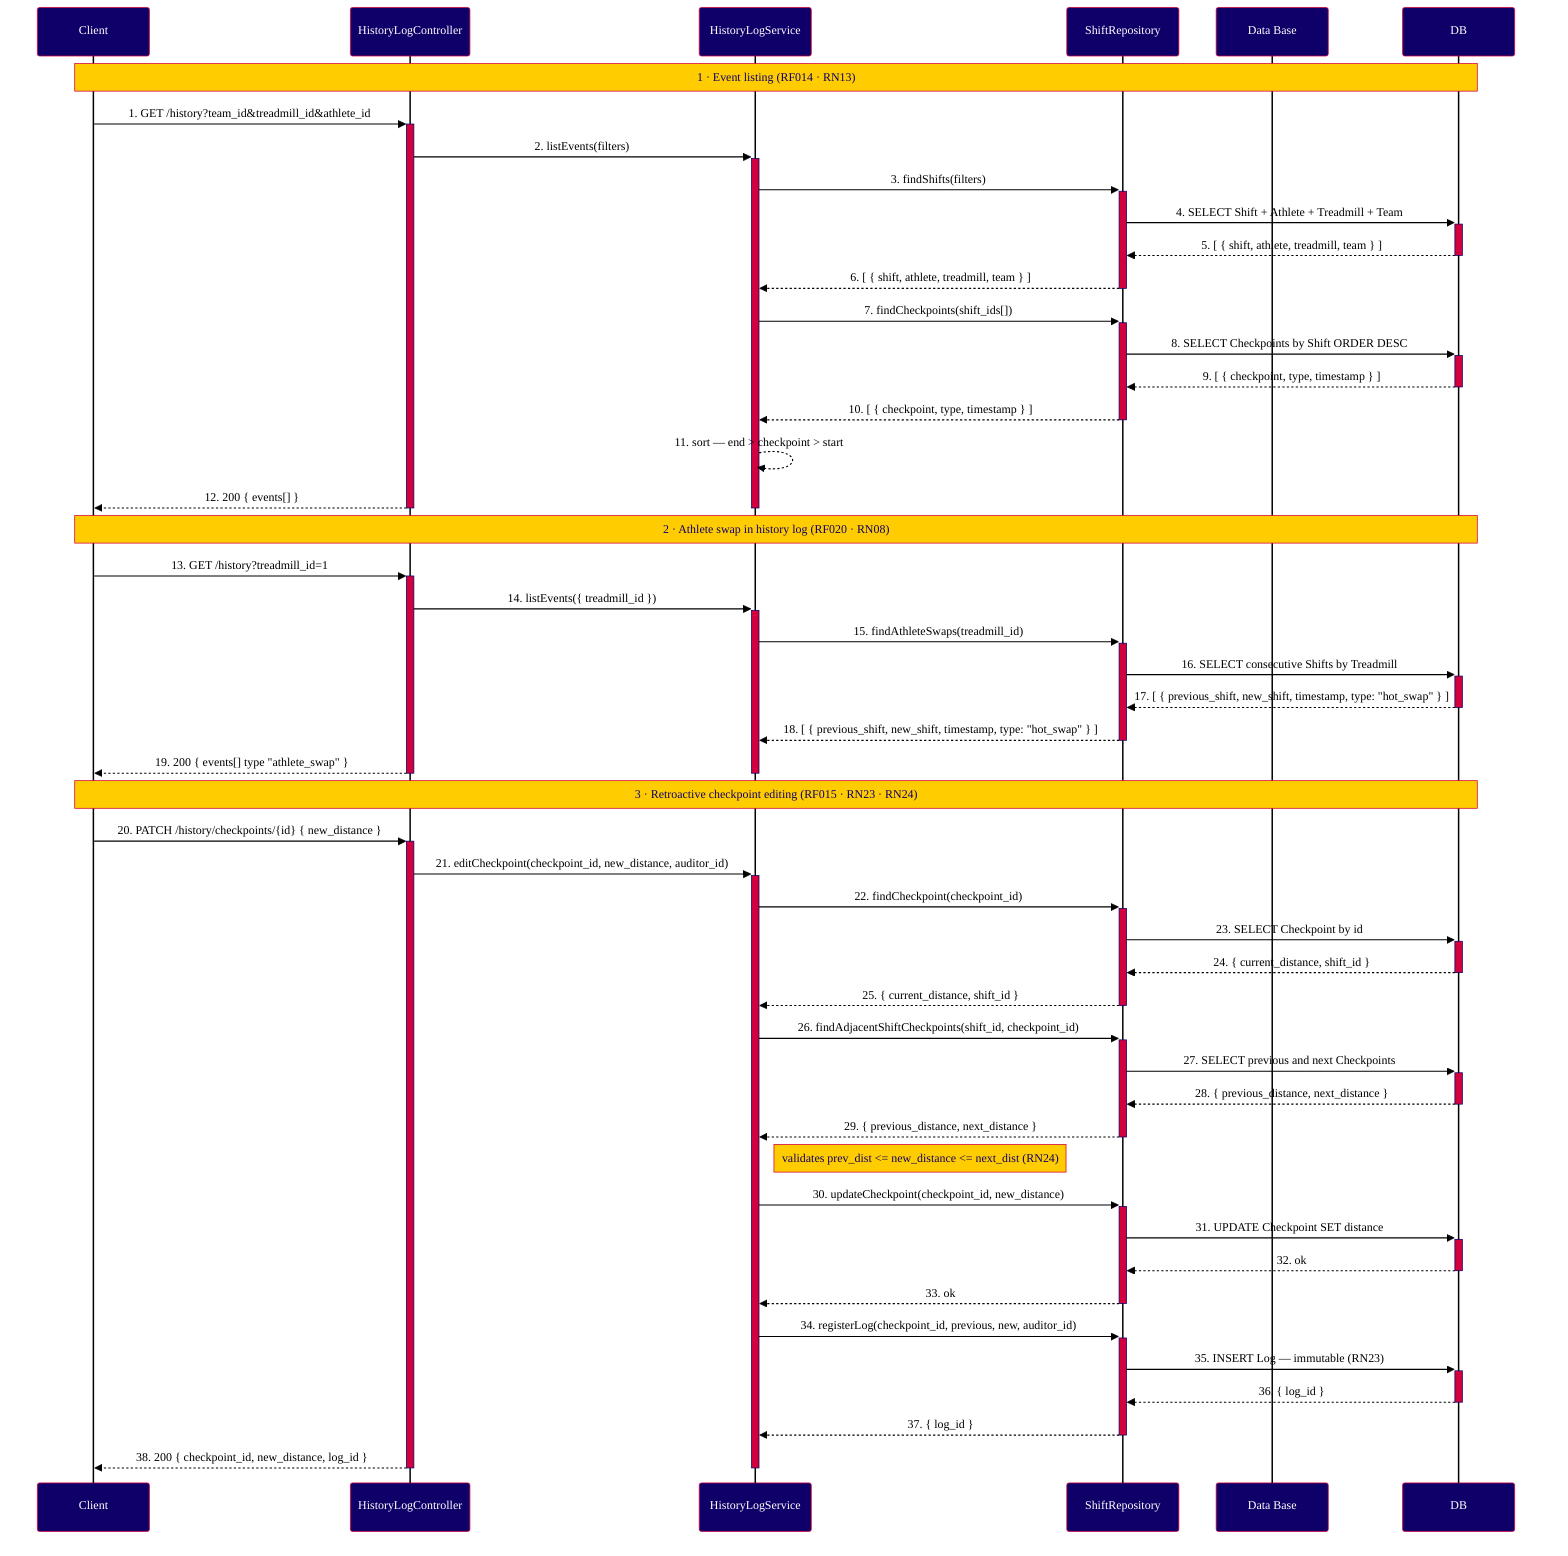
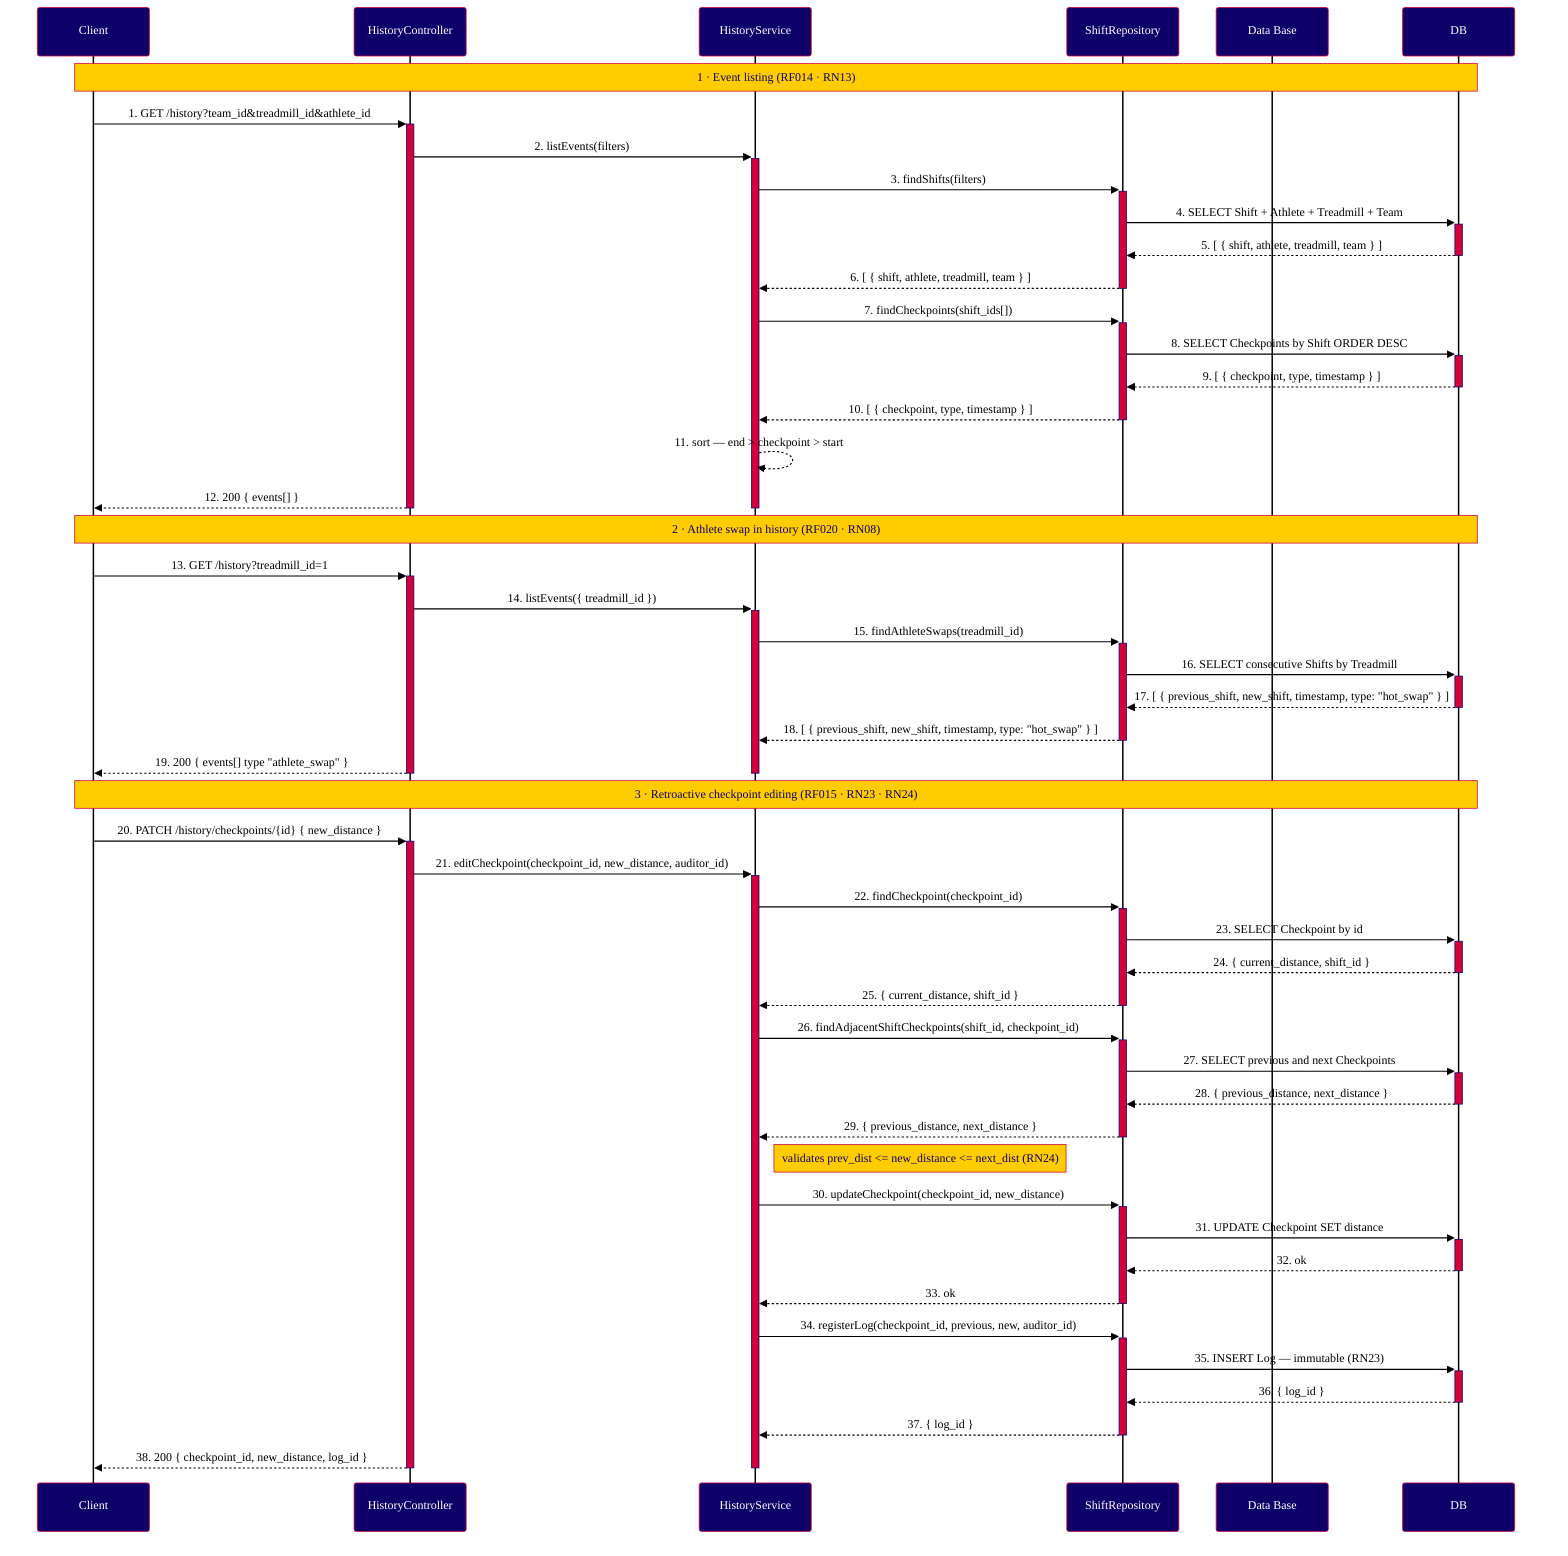

%%{init: {
  "theme": "base",
  "themeVariables": {
    "primaryColor": "#0F0069",
    "primaryTextColor": "#FFFFFF",
    "primaryBorderColor": "#D2003C",
    "secondaryColor": "#D2003C",
    "secondaryTextColor": "#FFFFFF",
    "secondaryBorderColor": "#D2003C",
    "tertiaryColor": "#E8E8F5",
    "tertiaryTextColor": "#0F0069",
    "tertiaryBorderColor": "#0F0069",
    "noteBkgColor": "#FFCC00",
    "noteTextColor": "#0F0069",
    "noteBorderColor": "#D2003C",
    "activationBkgColor": "#D2003C",
    "activationBorderColor": "#0F0069",
    "actorBkg": "#0F0069",
    "actorTextColor": "#FFFFFF",
    "actorBorderColor": "#D2003C",
    "actorLineColor": "#000000",
    "signalColor": "#000000",
    "signalTextColor": "#000000",
    "labelBoxBkgColor": "#E8E8F5",
    "labelBoxBorderColor": "#0F0069",
    "labelTextColor": "#0F0069",
    "loopTextColor": "#0F0069",
    "fontFamily": "Arial, sans-serif",
    "fontSize": "14px",
    "background": "#FFFFFF"
  }
}}%%
sequenceDiagram
    participant C as Client
-     participant HC as HistoryLogController
-     participant HS as HistoryLogService
+     participant HC as HistoryController
+     participant HS as HistoryService
    participant TR as ShiftRepository
    participant BD as Data Base

    Note over C,DB: 1 · Event listing (RF014 · RN13)

    C->>+HC: 1. GET /history?team_id&treadmill_id&athlete_id
    HC->>+HS: 2. listEvents(filters)
    HS->>+TR: 3. findShifts(filters)
    TR->>+DB: 4. SELECT Shift + Athlete + Treadmill + Team
    DB-->>-TR: 5. [ { shift, athlete, treadmill, team } ]
    TR-->>-HS: 6. [ { shift, athlete, treadmill, team } ]

    HS->>+TR: 7. findCheckpoints(shift_ids[])
    TR->>+DB: 8. SELECT Checkpoints by Shift ORDER DESC
    DB-->>-TR: 9. [ { checkpoint, type, timestamp } ]
    TR-->>-HS: 10. [ { checkpoint, type, timestamp } ]

    HS-->>HS: 11. sort — end > checkpoint > start
    HC-->>-C: 12. 200 { events[] }
    deactivate HS

-     Note over C,DB: 2 · Athlete swap in history log (RF020 · RN08)
+     Note over C,DB: 2 · Athlete swap in history (RF020 · RN08)

    C->>+HC: 13. GET /history?treadmill_id=1
    HC->>+HS: 14. listEvents({ treadmill_id })
    HS->>+TR: 15. findAthleteSwaps(treadmill_id)
    TR->>+DB: 16. SELECT consecutive Shifts by Treadmill
    DB-->>-TR: 17. [ { previous_shift, new_shift, timestamp, type: "hot_swap" } ]
    TR-->>-HS: 18. [ { previous_shift, new_shift, timestamp, type: "hot_swap" } ]

    HC-->>-C: 19. 200 { events[] type "athlete_swap" }
    deactivate HS

    Note over C,DB: 3 · Retroactive checkpoint editing (RF015 · RN23 · RN24)

    C->>+HC: 20. PATCH /history/checkpoints/{id} { new_distance }
    HC->>+HS: 21. editCheckpoint(checkpoint_id, new_distance, auditor_id)

    HS->>+TR: 22. findCheckpoint(checkpoint_id)
    TR->>+DB: 23. SELECT Checkpoint by id
    DB-->>-TR: 24. { current_distance, shift_id }
    TR-->>-HS: 25. { current_distance, shift_id }

    HS->>+TR: 26. findAdjacentShiftCheckpoints(shift_id, checkpoint_id)
    TR->>+DB: 27. SELECT previous and next Checkpoints
    DB-->>-TR: 28. { previous_distance, next_distance }
    TR-->>-HS: 29. { previous_distance, next_distance }

    Note right of HS: validates prev_dist <= new_distance <= next_dist (RN24)

    HS->>+TR: 30. updateCheckpoint(checkpoint_id, new_distance)
    TR->>+DB: 31. UPDATE Checkpoint SET distance
    DB-->>-TR: 32. ok
    TR-->>-HS: 33. ok

    HS->>+TR: 34. registerLog(checkpoint_id, previous, new, auditor_id)
    TR->>+DB: 35. INSERT Log — immutable (RN23)
    DB-->>-TR: 36. { log_id }
    TR-->>-HS: 37. { log_id }

    HC-->>-C: 38. 200 { checkpoint_id, new_distance, log_id }
    deactivate HS